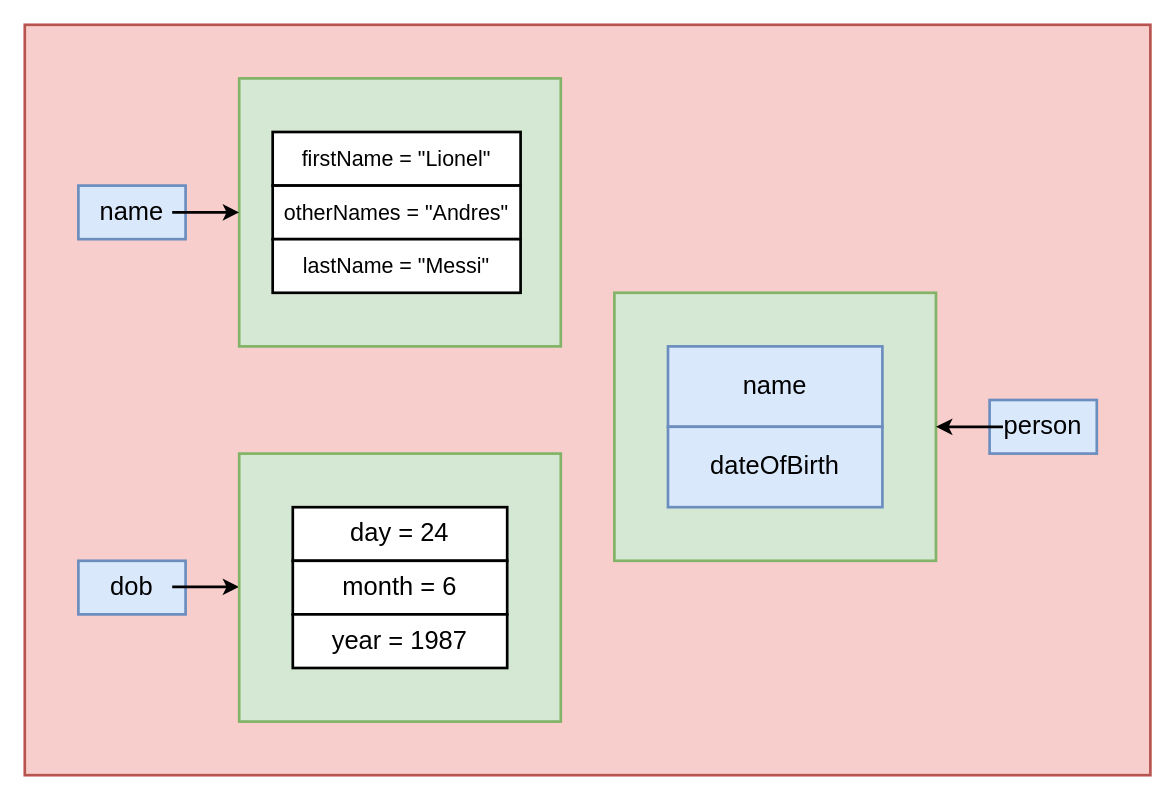
The draw.io diagram playerNameDOB.drawio in gaurav1780/drawdotio, before the edit. Source tidied: cells renumbered, new cells numbered last; positions are measured from the earlier drawing's top-left corner, leaving out a move shared by most shapes. Both pictures are drawn from the tidied source at 134%, with x=0, y=0 at pixel (24, 24).
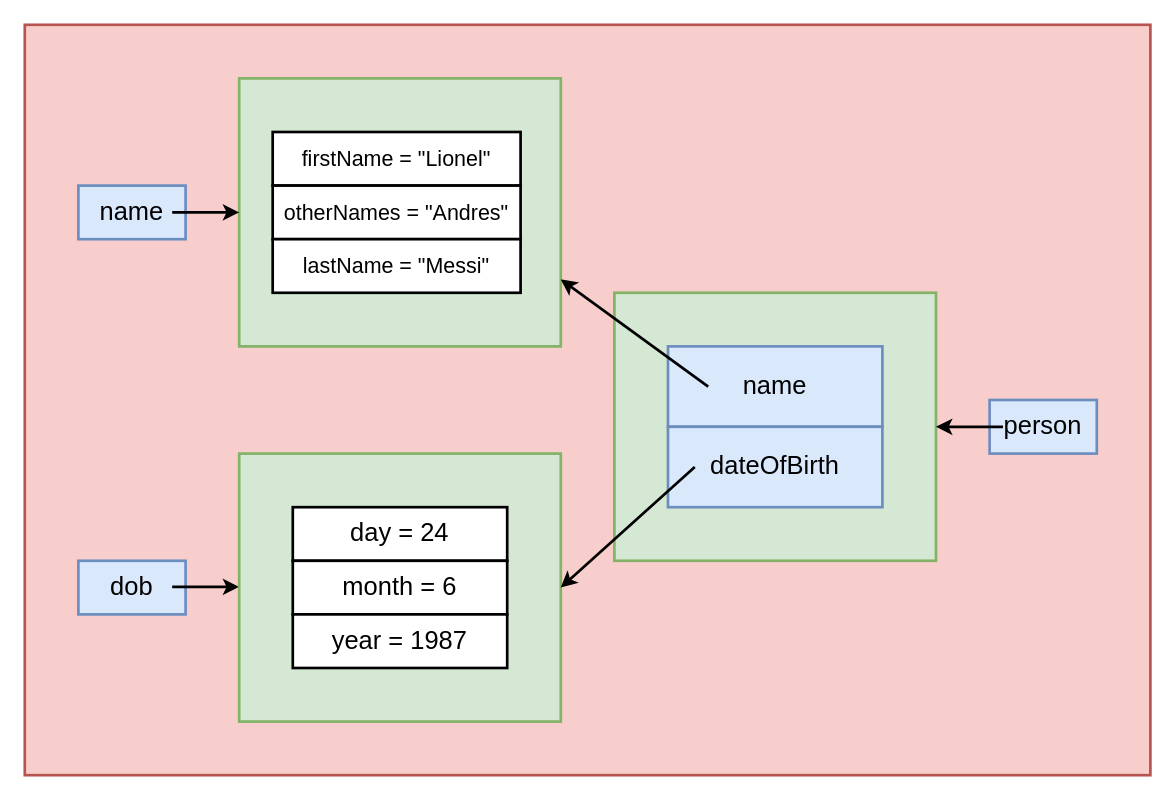
After the change.

Unchanged cells that the change refers to:
```xml
<mxCell id="4" style="rounded=0;whiteSpace=wrap;html=1;fillColor=#d5e8d4;strokeColor=#82b366;strokeWidth=2;fontSize=15;" parent="1" vertex="1">
  <mxGeometry x="160" y="40" width="240" height="200" as="geometry" />
</mxCell>
<mxCell id="12" style="rounded=0;whiteSpace=wrap;html=1;fillColor=#d5e8d4;strokeColor=#82b366;strokeWidth=2;fontSize=15;" parent="1" vertex="1">
  <mxGeometry x="160" y="320" width="240" height="200" as="geometry" />
</mxCell>
```

What changed in the source:
```diff
@@
+    <mxCell id="20" style="endArrow=classic;html=1;rounded=0;entryX=1;entryY=0.75;entryDx=0;entryDy=0;strokeWidth=2;" parent="1" edge="1" target="4">
+      <mxGeometry relative="1" as="geometry">
+        <mxPoint x="510" y="270" as="sourcePoint" />
+      </mxGeometry>
+    </mxCell>
+    <mxCell id="21" style="endArrow=classic;html=1;rounded=0;entryX=1;entryY=0.5;entryDx=0;entryDy=0;strokeWidth=2;" parent="1" edge="1" target="12">
+      <mxGeometry relative="1" as="geometry">
+        <mxPoint x="500" y="330" as="sourcePoint" />
+      </mxGeometry>
+    </mxCell>
```
